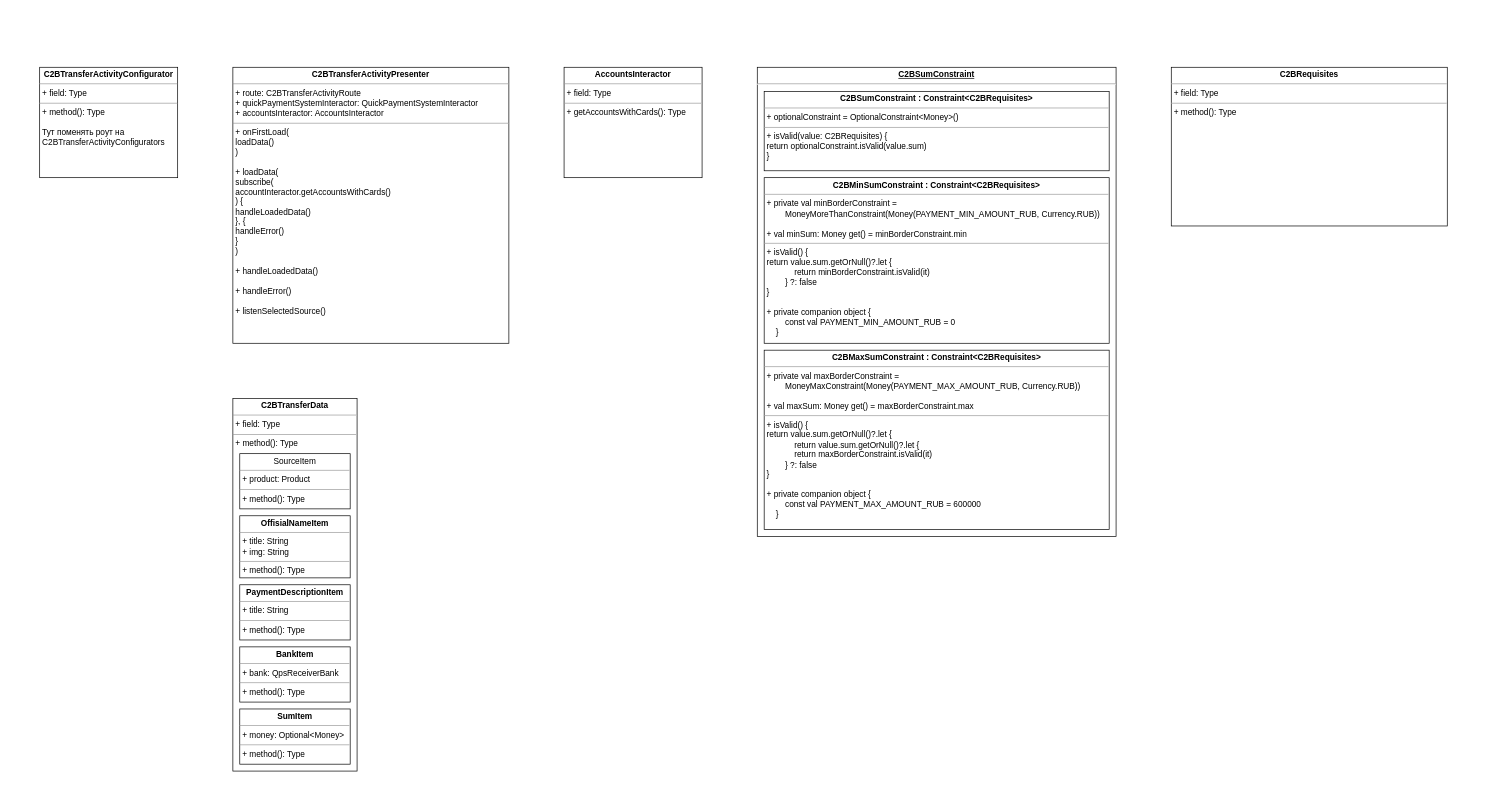
ShiryaevNikolay/diagrams keeps this draw.io diagram as UNI-14927.drawio. Above is the earlier version. Source tidied: cells renumbered, new cells numbered last; positions are measured from the earlier drawing's top-left corner, leaving out a move shared by most shapes. Both pictures are drawn from the tidied source at 69%, with x=0, y=0 at pixel (39, 67).
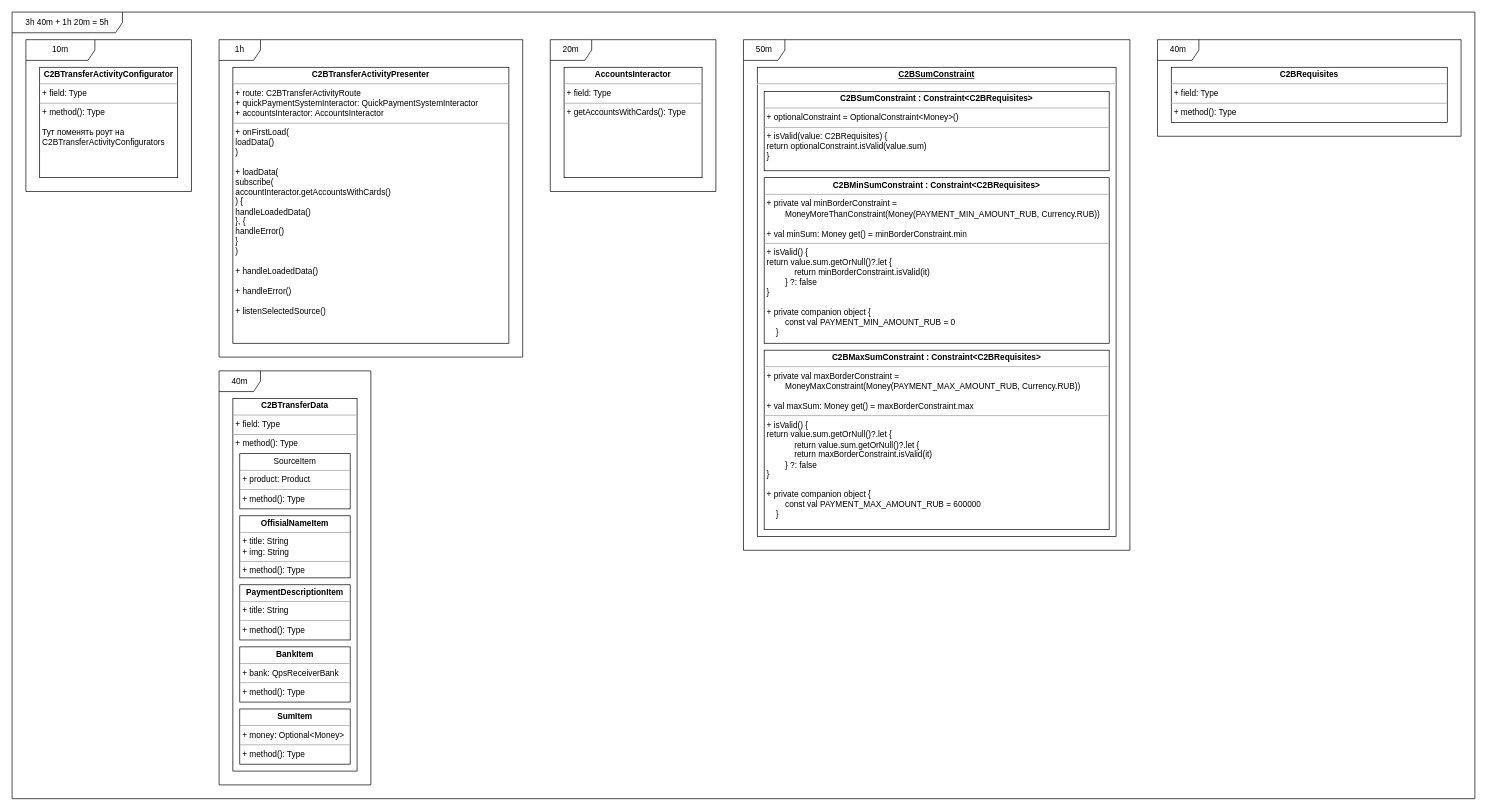
The same page after the edit.

What changed in the source:
```diff
@@
     <mxCell id="13" value="&lt;p style=&quot;margin: 0px ; margin-top: 4px ; text-align: center&quot;&gt;&lt;b&gt;C2BRequisites&lt;/b&gt;&lt;/p&gt;&lt;hr size=&quot;1&quot;&gt;&lt;p style=&quot;margin: 0px ; margin-left: 4px&quot;&gt;+ field: Type&lt;/p&gt;&lt;hr size=&quot;1&quot;&gt;&lt;p style=&quot;margin: 0px ; margin-left: 4px&quot;&gt;+ method(): Type&lt;/p&gt;" style="verticalAlign=top;align=left;overflow=fill;fontSize=12;fontFamily=Helvetica;html=1;" parent="1" vertex="1">
-      <mxGeometry x="1640" width="400" height="230" as="geometry" />
+      <mxGeometry x="1640" width="400" height="80" as="geometry" />
     </mxCell>
@@
+    <mxCell id="16" value="10m" style="shape=umlFrame;whiteSpace=wrap;html=1;width=100;height=30;" parent="1" vertex="1">
+      <mxGeometry x="-20" y="-40" width="240" height="220" as="geometry" />
+    </mxCell>
+    <mxCell id="17" value="40m" style="shape=umlFrame;whiteSpace=wrap;html=1;" parent="1" vertex="1">
+      <mxGeometry x="260" y="440" width="220" height="600" as="geometry" />
+    </mxCell>
+    <mxCell id="18" value="20m" style="shape=umlFrame;whiteSpace=wrap;html=1;" parent="1" vertex="1">
+      <mxGeometry x="740" y="-40" width="240" height="220" as="geometry" />
+    </mxCell>
+    <mxCell id="19" value="50m" style="shape=umlFrame;whiteSpace=wrap;html=1;" parent="1" vertex="1">
+      <mxGeometry x="1020" y="-40" width="560" height="740" as="geometry" />
+    </mxCell>
+    <mxCell id="20" value="40m" style="shape=umlFrame;whiteSpace=wrap;html=1;" parent="1" vertex="1">
+      <mxGeometry x="1620" y="-40" width="440" height="140" as="geometry" />
+    </mxCell>
+    <mxCell id="21" value="1h" style="shape=umlFrame;whiteSpace=wrap;html=1;" parent="1" vertex="1">
+      <mxGeometry x="260" y="-40" width="440" height="460" as="geometry" />
+    </mxCell>
+    <mxCell id="22" value="&lt;div&gt;3h 40m + 1h 20m = 5h&lt;br&gt;&lt;/div&gt;" style="shape=umlFrame;whiteSpace=wrap;html=1;width=160;height=30;" parent="1" vertex="1">
+      <mxGeometry x="-40" y="-80" width="2120" height="1140" as="geometry" />
+    </mxCell>
```
